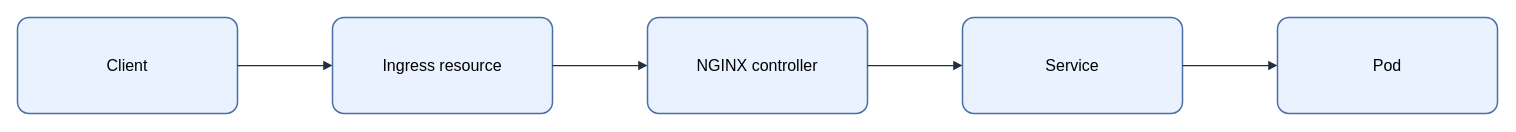
Earlier version of the draw.io diagram assets/img/kubernetes/nginx-ingress-controller-flow.drawio (KKamJi98/kkamji98.github.io). Source tidied: cells renumbered, new cells numbered last; positions are measured from the earlier drawing's top-left corner, leaving out a move shared by most shapes. Both pictures are drawn from the tidied source at 100%, with x=0, y=0 at pixel (17, 17).
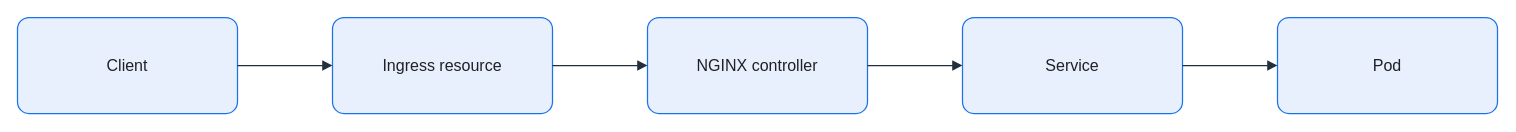
Above is the later version.

The edit, as a diff of the source:
```diff
@@
 <mxGraphModel background="#FFFFFF">
   <root>
     <mxCell id="0" />
     <mxCell id="1" parent="0" />
-    <mxCell id="2" value="Client" style="rounded=1;arcSize=12;whiteSpace=wrap;html=0;fillColor=#EAF2FF;strokeColor=#4A6FA5;strokeWidth=1.5;fontColor=#000000;fontSize=16;align=center;verticalAlign=middle;spacing=8;shadow=0;" parent="1" vertex="1">
+    <mxCell id="2" value="Client" style="rounded=1;arcSize=12;whiteSpace=wrap;html=0;fillColor=#E8F0FE;strokeColor=#1A73E8;strokeWidth=1.25;fontColor=#202124;fontSize=16;align=center;verticalAlign=middle;spacing=8;shadow=0;" parent="1" vertex="1">
       <mxGeometry width="220" height="96" as="geometry" />
     </mxCell>
-    <mxCell id="3" value="Ingress resource" style="rounded=1;arcSize=12;whiteSpace=wrap;html=0;fillColor=#EAF2FF;strokeColor=#4A6FA5;strokeWidth=1.5;fontColor=#000000;fontSize=16;align=center;verticalAlign=middle;spacing=8;shadow=0;" parent="1" vertex="1">
+    <mxCell id="3" value="Ingress resource" style="rounded=1;arcSize=12;whiteSpace=wrap;html=0;fillColor=#E8F0FE;strokeColor=#1A73E8;strokeWidth=1.25;fontColor=#202124;fontSize=16;align=center;verticalAlign=middle;spacing=8;shadow=0;" parent="1" vertex="1">
       <mxGeometry x="315" width="220" height="96" as="geometry" />
     </mxCell>
-    <mxCell id="4" value="NGINX controller" style="rounded=1;arcSize=12;whiteSpace=wrap;html=0;fillColor=#EAF2FF;strokeColor=#4A6FA5;strokeWidth=1.5;fontColor=#000000;fontSize=16;align=center;verticalAlign=middle;spacing=8;shadow=0;" parent="1" vertex="1">
+    <mxCell id="4" value="NGINX controller" style="rounded=1;arcSize=12;whiteSpace=wrap;html=0;fillColor=#E8F0FE;strokeColor=#1A73E8;strokeWidth=1.25;fontColor=#202124;fontSize=16;align=center;verticalAlign=middle;spacing=8;shadow=0;" parent="1" vertex="1">
       <mxGeometry x="630" width="220" height="96" as="geometry" />
     </mxCell>
-    <mxCell id="5" value="Service" style="rounded=1;arcSize=12;whiteSpace=wrap;html=0;fillColor=#EAF2FF;strokeColor=#4A6FA5;strokeWidth=1.5;fontColor=#000000;fontSize=16;align=center;verticalAlign=middle;spacing=8;shadow=0;" parent="1" vertex="1">
+    <mxCell id="5" value="Service" style="rounded=1;arcSize=12;whiteSpace=wrap;html=0;fillColor=#E8F0FE;strokeColor=#1A73E8;strokeWidth=1.25;fontColor=#202124;fontSize=16;align=center;verticalAlign=middle;spacing=8;shadow=0;" parent="1" vertex="1">
       <mxGeometry x="945" width="220" height="96" as="geometry" />
     </mxCell>
-    <mxCell id="6" value="Pod" style="rounded=1;arcSize=12;whiteSpace=wrap;html=0;fillColor=#EAF2FF;strokeColor=#4A6FA5;strokeWidth=1.5;fontColor=#000000;fontSize=16;align=center;verticalAlign=middle;spacing=8;shadow=0;" parent="1" vertex="1">
+    <mxCell id="6" value="Pod" style="rounded=1;arcSize=12;whiteSpace=wrap;html=0;fillColor=#E8F0FE;strokeColor=#1A73E8;strokeWidth=1.25;fontColor=#202124;fontSize=16;align=center;verticalAlign=middle;spacing=8;shadow=0;" parent="1" vertex="1">
       <mxGeometry x="1260" width="220" height="96" as="geometry" />
     </mxCell>
-    <mxCell id="7" style="edgeStyle=orthogonalEdgeStyle;rounded=0;jettySize=auto;html=0;endArrow=block;endFill=1;strokeColor=#232F3E;strokeWidth=1.25;fontColor=#000000;labelBackgroundColor=none;exitX=1;exitY=0.5;exitDx=0;exitDy=0;entryX=0;entryY=0.5;entryDx=0;entryDy=0;" parent="1" edge="1" source="2" target="3">
+    <mxCell id="7" style="edgeStyle=orthogonalEdgeStyle;rounded=0;jettySize=auto;html=0;endArrow=block;endFill=1;strokeColor=#232F3E;strokeWidth=1.25;fontColor=#202124;labelBackgroundColor=none;exitX=1;exitY=0.5;exitDx=0;exitDy=0;entryX=0;entryY=0.5;entryDx=0;entryDy=0;endSize=7;" parent="1" edge="1" source="2" target="3">
       <mxGeometry relative="1" as="geometry" />
     </mxCell>
-    <mxCell id="8" style="edgeStyle=orthogonalEdgeStyle;rounded=0;jettySize=auto;html=0;endArrow=block;endFill=1;strokeColor=#232F3E;strokeWidth=1.25;fontColor=#000000;labelBackgroundColor=none;exitX=1;exitY=0.5;exitDx=0;exitDy=0;entryX=0;entryY=0.5;entryDx=0;entryDy=0;" parent="1" edge="1" source="3" target="4">
+    <mxCell id="8" style="edgeStyle=orthogonalEdgeStyle;rounded=0;jettySize=auto;html=0;endArrow=block;endFill=1;strokeColor=#232F3E;strokeWidth=1.25;fontColor=#202124;labelBackgroundColor=none;exitX=1;exitY=0.5;exitDx=0;exitDy=0;entryX=0;entryY=0.5;entryDx=0;entryDy=0;endSize=7;" parent="1" edge="1" source="3" target="4">
       <mxGeometry relative="1" as="geometry" />
     </mxCell>
-    <mxCell id="9" style="edgeStyle=orthogonalEdgeStyle;rounded=0;jettySize=auto;html=0;endArrow=block;endFill=1;strokeColor=#232F3E;strokeWidth=1.25;fontColor=#000000;labelBackgroundColor=none;exitX=1;exitY=0.5;exitDx=0;exitDy=0;entryX=0;entryY=0.5;entryDx=0;entryDy=0;" parent="1" edge="1" source="4" target="5">
+    <mxCell id="9" style="edgeStyle=orthogonalEdgeStyle;rounded=0;jettySize=auto;html=0;endArrow=block;endFill=1;strokeColor=#232F3E;strokeWidth=1.25;fontColor=#202124;labelBackgroundColor=none;exitX=1;exitY=0.5;exitDx=0;exitDy=0;entryX=0;entryY=0.5;entryDx=0;entryDy=0;endSize=7;" parent="1" edge="1" source="4" target="5">
       <mxGeometry relative="1" as="geometry" />
     </mxCell>
-    <mxCell id="10" style="edgeStyle=orthogonalEdgeStyle;rounded=0;jettySize=auto;html=0;endArrow=block;endFill=1;strokeColor=#232F3E;strokeWidth=1.25;fontColor=#000000;labelBackgroundColor=none;exitX=1;exitY=0.5;exitDx=0;exitDy=0;entryX=0;entryY=0.5;entryDx=0;entryDy=0;" parent="1" edge="1" source="5" target="6">
+    <mxCell id="10" style="edgeStyle=orthogonalEdgeStyle;rounded=0;jettySize=auto;html=0;endArrow=block;endFill=1;strokeColor=#232F3E;strokeWidth=1.25;fontColor=#202124;labelBackgroundColor=none;exitX=1;exitY=0.5;exitDx=0;exitDy=0;entryX=0;entryY=0.5;entryDx=0;entryDy=0;endSize=7;" parent="1" edge="1" source="5" target="6">
       <mxGeometry relative="1" as="geometry" />
     </mxCell>
   </root>
 </mxGraphModel>
```
